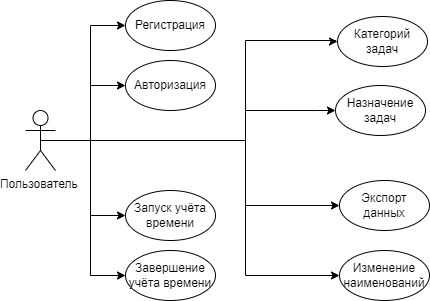
Before: Variant_4.drawio.png, a diagram exported from draw.io (MgrDim/lab1). Source tidied: cells renumbered, new cells last; positions are measured from the earlier drawing's top-left corner, leaving out a move shared by most shapes. Source of this version:
```xml
<mxGraphModel>
  <root>
    <mxCell id="0" />
    <mxCell id="1" parent="0" />
    <mxCell id="2" style="edgeStyle=orthogonalEdgeStyle;rounded=0;jettySize=auto;html=1;exitX=0.5;exitY=0.5;exitDx=0;exitDy=0;exitPerimeter=0;entryX=0;entryY=0.5;entryDx=0;entryDy=0;" parent="1" edge="1" source="10" target="11">
      <mxGeometry relative="1" as="geometry" />
    </mxCell>
    <mxCell id="3" style="edgeStyle=orthogonalEdgeStyle;rounded=0;jettySize=auto;html=1;exitX=0.5;exitY=0.5;exitDx=0;exitDy=0;exitPerimeter=0;entryX=0;entryY=0.5;entryDx=0;entryDy=0;" parent="1" edge="1" source="10" target="12">
      <mxGeometry relative="1" as="geometry" />
    </mxCell>
    <mxCell id="4" style="edgeStyle=orthogonalEdgeStyle;rounded=0;jettySize=auto;html=1;exitX=0.5;exitY=0.5;exitDx=0;exitDy=0;exitPerimeter=0;entryX=0;entryY=0.5;entryDx=0;entryDy=0;" parent="1" edge="1" source="10" target="13">
      <mxGeometry relative="1" as="geometry" />
    </mxCell>
    <mxCell id="5" style="edgeStyle=orthogonalEdgeStyle;rounded=0;jettySize=auto;html=1;exitX=0.5;exitY=0.5;exitDx=0;exitDy=0;exitPerimeter=0;entryX=0;entryY=0.5;entryDx=0;entryDy=0;" parent="1" edge="1" source="10" target="14">
      <mxGeometry relative="1" as="geometry" />
    </mxCell>
    <mxCell id="6" style="edgeStyle=orthogonalEdgeStyle;rounded=0;jettySize=auto;html=1;exitX=0.5;exitY=0.5;exitDx=0;exitDy=0;exitPerimeter=0;entryX=0;entryY=0.5;entryDx=0;entryDy=0;" parent="1" edge="1" source="10" target="15">
      <mxGeometry relative="1" as="geometry">
        <Array as="points">
          <mxPoint x="220" y="140" />
          <mxPoint x="220" y="110" />
          <mxPoint x="288" y="110" />
        </Array>
      </mxGeometry>
    </mxCell>
    <mxCell id="7" style="edgeStyle=orthogonalEdgeStyle;rounded=0;jettySize=auto;html=1;exitX=0.5;exitY=0.5;exitDx=0;exitDy=0;exitPerimeter=0;entryX=0;entryY=0.5;entryDx=0;entryDy=0;" parent="1" edge="1" source="10" target="16">
      <mxGeometry relative="1" as="geometry">
        <Array as="points">
          <mxPoint x="220" y="140" />
          <mxPoint x="220" y="40" />
          <mxPoint x="310" y="40" />
        </Array>
      </mxGeometry>
    </mxCell>
    <mxCell id="8" style="edgeStyle=orthogonalEdgeStyle;rounded=0;jettySize=auto;html=1;exitX=0.5;exitY=0.5;exitDx=0;exitDy=0;exitPerimeter=0;entryX=0;entryY=0.5;entryDx=0;entryDy=0;" parent="1" edge="1" source="10" target="18">
      <mxGeometry relative="1" as="geometry">
        <Array as="points">
          <mxPoint x="220" y="140" />
          <mxPoint x="220" y="205" />
        </Array>
      </mxGeometry>
    </mxCell>
    <mxCell id="9" style="edgeStyle=orthogonalEdgeStyle;rounded=0;jettySize=auto;html=1;exitX=0.5;exitY=0.5;exitDx=0;exitDy=0;exitPerimeter=0;entryX=0;entryY=0.5;entryDx=0;entryDy=0;" parent="1" edge="1" source="10" target="17">
      <mxGeometry relative="1" as="geometry">
        <Array as="points">
          <mxPoint x="220" y="140" />
          <mxPoint x="220" y="275" />
        </Array>
      </mxGeometry>
    </mxCell>
    <mxCell id="10" value="Пользователь&amp;nbsp;&lt;br&gt;" style="shape=umlActor;verticalLabelPosition=bottom;verticalAlign=top;html=1;outlineConnect=0;" parent="1" vertex="1">
      <mxGeometry y="110" width="30" height="60" as="geometry" />
    </mxCell>
    <mxCell id="11" value="Регистрация" style="ellipse;whiteSpace=wrap;html=1;" parent="1" vertex="1">
      <mxGeometry x="100" width="90" height="50" as="geometry" />
    </mxCell>
    <mxCell id="12" value="Авторизация" style="ellipse;whiteSpace=wrap;html=1;" parent="1" vertex="1">
      <mxGeometry x="100" y="60" width="90" height="50" as="geometry" />
    </mxCell>
    <mxCell id="13" value="Запуск учёта времени" style="ellipse;whiteSpace=wrap;html=1;" parent="1" vertex="1">
      <mxGeometry x="100" y="190" width="90" height="50" as="geometry" />
    </mxCell>
    <mxCell id="14" value="Завершение учёта времени" style="ellipse;whiteSpace=wrap;html=1;" parent="1" vertex="1">
      <mxGeometry x="100" y="250" width="90" height="50" as="geometry" />
    </mxCell>
    <mxCell id="15" value="Назначение задач" style="ellipse;whiteSpace=wrap;html=1;" parent="1" vertex="1">
      <mxGeometry x="310" y="85" width="90" height="50" as="geometry" />
    </mxCell>
    <mxCell id="16" value="Категорий задач" style="ellipse;whiteSpace=wrap;html=1;" parent="1" vertex="1">
      <mxGeometry x="312" y="16" width="90" height="50" as="geometry" />
    </mxCell>
    <mxCell id="17" value="Изменение наименований" style="ellipse;whiteSpace=wrap;html=1;" parent="1" vertex="1">
      <mxGeometry x="314" y="250" width="90" height="50" as="geometry" />
    </mxCell>
    <mxCell id="18" value="Экспорт данных" style="ellipse;whiteSpace=wrap;html=1;" parent="1" vertex="1">
      <mxGeometry x="314" y="180" width="90" height="50" as="geometry" />
    </mxCell>
  </root>
</mxGraphModel>
```
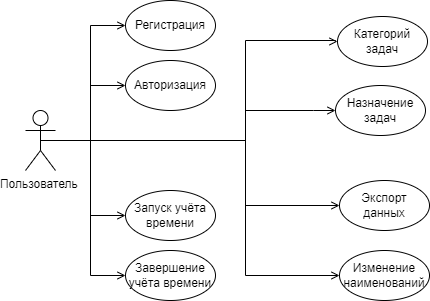
After the commit.

What changed in the source:
```diff
@@ -2,19 +2,19 @@
   <root>
     <mxCell id="0" />
     <mxCell id="1" parent="0" />
-    <mxCell id="2" style="edgeStyle=orthogonalEdgeStyle;rounded=0;jettySize=auto;html=1;exitX=0.5;exitY=0.5;exitDx=0;exitDy=0;exitPerimeter=0;entryX=0;entryY=0.5;entryDx=0;entryDy=0;" parent="1" edge="1" source="10" target="11">
+    <mxCell id="2" style="edgeStyle=orthogonalEdgeStyle;rounded=0;jettySize=auto;html=1;exitX=0.5;exitY=0.5;exitDx=0;exitDy=0;exitPerimeter=0;entryX=0;entryY=0.5;entryDx=0;entryDy=0;endArrow=open;endFill=0;" parent="1" edge="1" source="10" target="11">
       <mxGeometry relative="1" as="geometry" />
     </mxCell>
-    <mxCell id="3" style="edgeStyle=orthogonalEdgeStyle;rounded=0;jettySize=auto;html=1;exitX=0.5;exitY=0.5;exitDx=0;exitDy=0;exitPerimeter=0;entryX=0;entryY=0.5;entryDx=0;entryDy=0;" parent="1" edge="1" source="10" target="12">
+    <mxCell id="3" style="edgeStyle=orthogonalEdgeStyle;rounded=0;jettySize=auto;html=1;exitX=0.5;exitY=0.5;exitDx=0;exitDy=0;exitPerimeter=0;entryX=0;entryY=0.5;entryDx=0;entryDy=0;endArrow=open;endFill=0;" parent="1" edge="1" source="10" target="12">
       <mxGeometry relative="1" as="geometry" />
     </mxCell>
-    <mxCell id="4" style="edgeStyle=orthogonalEdgeStyle;rounded=0;jettySize=auto;html=1;exitX=0.5;exitY=0.5;exitDx=0;exitDy=0;exitPerimeter=0;entryX=0;entryY=0.5;entryDx=0;entryDy=0;" parent="1" edge="1" source="10" target="13">
+    <mxCell id="4" style="edgeStyle=orthogonalEdgeStyle;rounded=0;jettySize=auto;html=1;exitX=0.5;exitY=0.5;exitDx=0;exitDy=0;exitPerimeter=0;entryX=0;entryY=0.5;entryDx=0;entryDy=0;endArrow=open;endFill=0;" parent="1" edge="1" source="10" target="13">
       <mxGeometry relative="1" as="geometry" />
     </mxCell>
-    <mxCell id="5" style="edgeStyle=orthogonalEdgeStyle;rounded=0;jettySize=auto;html=1;exitX=0.5;exitY=0.5;exitDx=0;exitDy=0;exitPerimeter=0;entryX=0;entryY=0.5;entryDx=0;entryDy=0;" parent="1" edge="1" source="10" target="14">
+    <mxCell id="5" style="edgeStyle=orthogonalEdgeStyle;rounded=0;jettySize=auto;html=1;exitX=0.5;exitY=0.5;exitDx=0;exitDy=0;exitPerimeter=0;entryX=0;entryY=0.5;entryDx=0;entryDy=0;endArrow=open;endFill=0;" parent="1" edge="1" source="10" target="14">
       <mxGeometry relative="1" as="geometry" />
     </mxCell>
-    <mxCell id="6" style="edgeStyle=orthogonalEdgeStyle;rounded=0;jettySize=auto;html=1;exitX=0.5;exitY=0.5;exitDx=0;exitDy=0;exitPerimeter=0;entryX=0;entryY=0.5;entryDx=0;entryDy=0;" parent="1" edge="1" source="10" target="15">
+    <mxCell id="6" style="edgeStyle=orthogonalEdgeStyle;rounded=0;jettySize=auto;html=1;exitX=0.5;exitY=0.5;exitDx=0;exitDy=0;exitPerimeter=0;entryX=0;entryY=0.5;entryDx=0;entryDy=0;endArrow=open;endFill=0;" parent="1" edge="1" source="10" target="15">
       <mxGeometry relative="1" as="geometry">
         <Array as="points">
           <mxPoint x="220" y="140" />
@@ -23,7 +23,7 @@
         </Array>
       </mxGeometry>
     </mxCell>
-    <mxCell id="7" style="edgeStyle=orthogonalEdgeStyle;rounded=0;jettySize=auto;html=1;exitX=0.5;exitY=0.5;exitDx=0;exitDy=0;exitPerimeter=0;entryX=0;entryY=0.5;entryDx=0;entryDy=0;" parent="1" edge="1" source="10" target="16">
+    <mxCell id="7" style="edgeStyle=orthogonalEdgeStyle;rounded=0;jettySize=auto;html=1;exitX=0.5;exitY=0.5;exitDx=0;exitDy=0;exitPerimeter=0;entryX=0;entryY=0.5;entryDx=0;entryDy=0;endArrow=open;endFill=0;" parent="1" edge="1" source="10" target="16">
       <mxGeometry relative="1" as="geometry">
         <Array as="points">
           <mxPoint x="220" y="140" />
@@ -32,7 +32,7 @@
         </Array>
       </mxGeometry>
     </mxCell>
-    <mxCell id="8" style="edgeStyle=orthogonalEdgeStyle;rounded=0;jettySize=auto;html=1;exitX=0.5;exitY=0.5;exitDx=0;exitDy=0;exitPerimeter=0;entryX=0;entryY=0.5;entryDx=0;entryDy=0;" parent="1" edge="1" source="10" target="18">
+    <mxCell id="8" style="edgeStyle=orthogonalEdgeStyle;rounded=0;jettySize=auto;html=1;exitX=0.5;exitY=0.5;exitDx=0;exitDy=0;exitPerimeter=0;entryX=0;entryY=0.5;entryDx=0;entryDy=0;endArrow=open;endFill=0;" parent="1" edge="1" source="10" target="18">
       <mxGeometry relative="1" as="geometry">
         <Array as="points">
           <mxPoint x="220" y="140" />
@@ -40,7 +40,7 @@
         </Array>
       </mxGeometry>
     </mxCell>
-    <mxCell id="9" style="edgeStyle=orthogonalEdgeStyle;rounded=0;jettySize=auto;html=1;exitX=0.5;exitY=0.5;exitDx=0;exitDy=0;exitPerimeter=0;entryX=0;entryY=0.5;entryDx=0;entryDy=0;" parent="1" edge="1" source="10" target="17">
+    <mxCell id="9" style="edgeStyle=orthogonalEdgeStyle;rounded=0;jettySize=auto;html=1;exitX=0.5;exitY=0.5;exitDx=0;exitDy=0;exitPerimeter=0;entryX=0;entryY=0.5;entryDx=0;entryDy=0;endArrow=open;endFill=0;" parent="1" edge="1" source="10" target="17">
       <mxGeometry relative="1" as="geometry">
         <Array as="points">
           <mxPoint x="220" y="140" />
```
